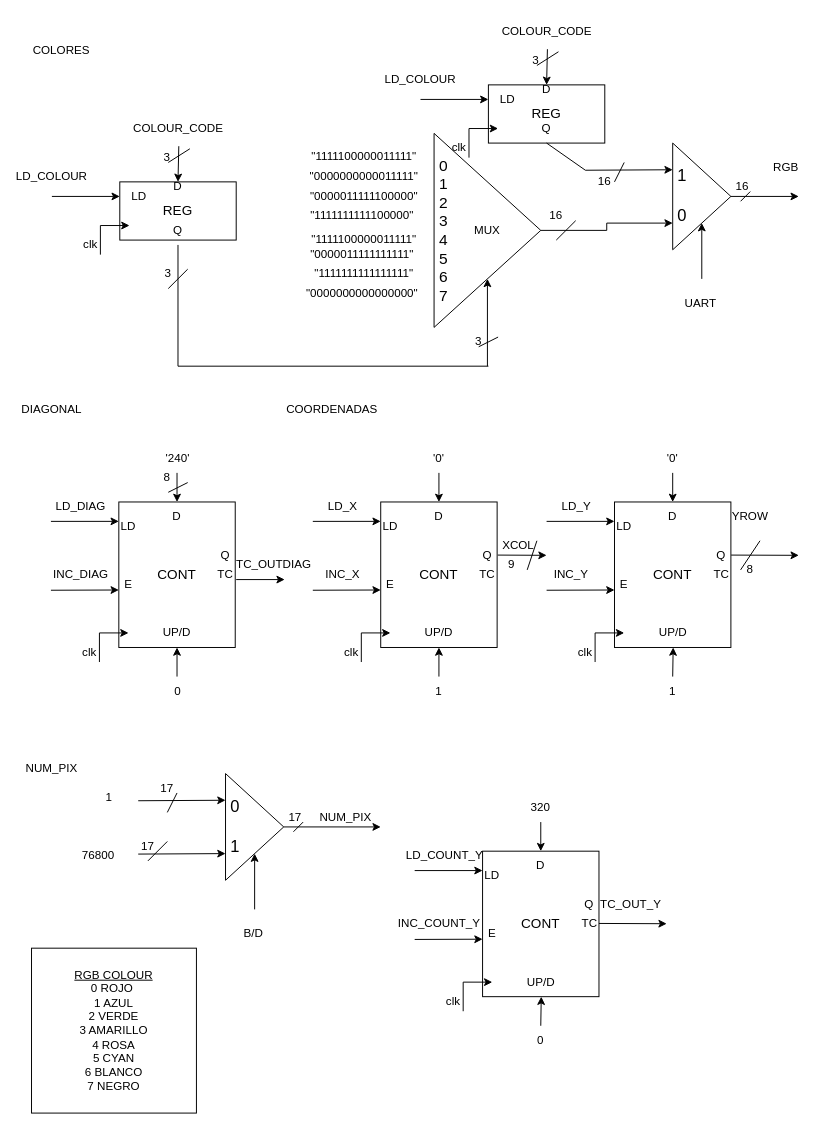
Earlier version of the draw.io diagram Proyecto/Diseños/Lcd_draw_up.drawio (marcosChoucino/SIstemasDigitales). Source tidied: cells renumbered, new cells numbered last; positions are measured from the earlier drawing's top-left corner, leaving out a move shared by most shapes. Both pictures are drawn from the tidied source at 97%, with x=0, y=0 at pixel (22, 16).
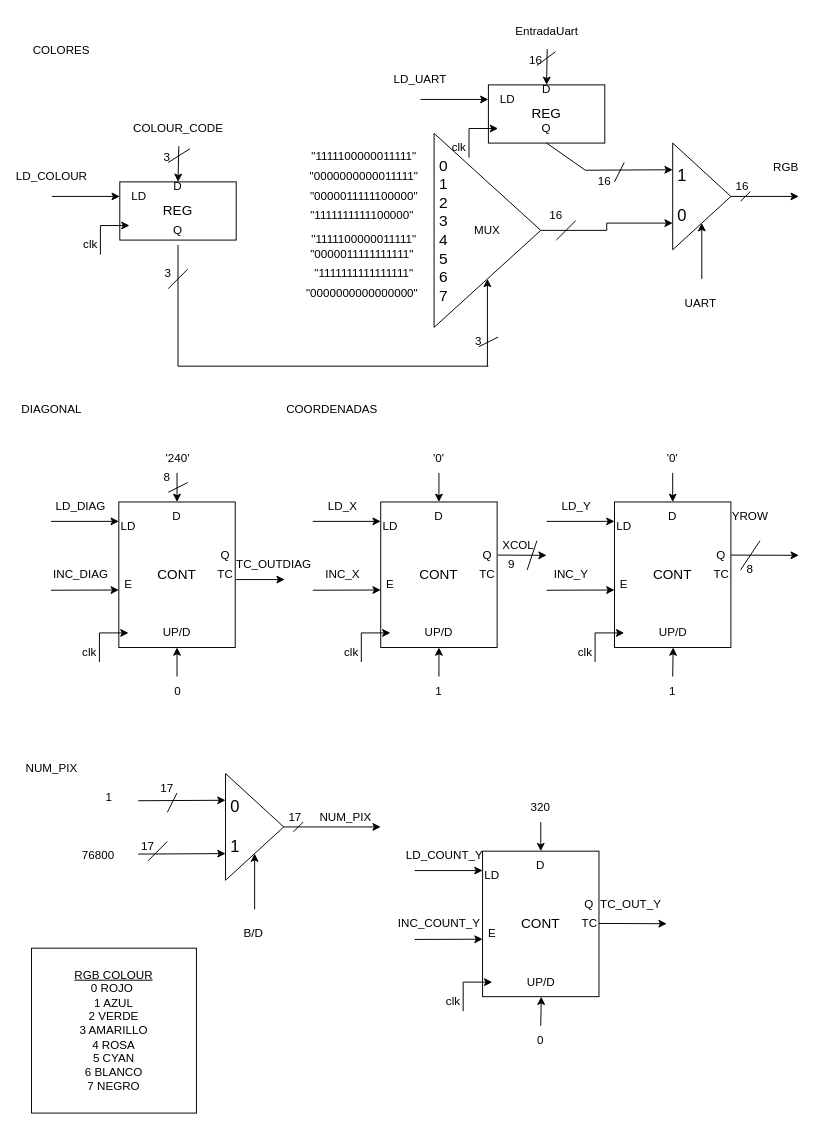
After the change.

Change to the diagram source:
```diff
@@
-    <mxCell id="129" value="COLOUR_CODE" style="text;html=1;align=center;verticalAlign=middle;points=[];strokeColor=none;fillColor=none;" parent="1" vertex="1">
-      <mxGeometry x="480" width="120" height="30" as="geometry" />
+    <mxCell id="129" value="EntradaUart" style="text;html=1;align=center;verticalAlign=middle;points=[];strokeColor=none;fillColor=none;" parent="1" vertex="1">
+      <mxGeometry x="495" width="90" height="30" as="geometry" />
     </mxCell>
-    <mxCell id="130" value="LD_COLOUR" style="text;html=1;strokeColor=none;fillColor=none;align=center;verticalAlign=middle;whiteSpace=wrap;rounded=0;" parent="1" vertex="1">
+    <mxCell id="130" value="LD_UART" style="text;html=1;strokeColor=none;fillColor=none;align=center;verticalAlign=middle;whiteSpace=wrap;rounded=0;" parent="1" vertex="1">
       <mxGeometry x="380" y="50" width="60" height="30" as="geometry" />
     </mxCell>
@@
-    <mxCell id="141" value="3" style="text;html=1;strokeColor=none;fillColor=none;align=center;verticalAlign=middle;whiteSpace=wrap;rounded=0;" parent="1" vertex="1">
+    <mxCell id="141" value="16" style="text;html=1;strokeColor=none;fillColor=none;align=center;verticalAlign=middle;whiteSpace=wrap;rounded=0;" parent="1" vertex="1">
       <mxGeometry x="499" y="30" width="60" height="30" as="geometry" />
     </mxCell>
```
